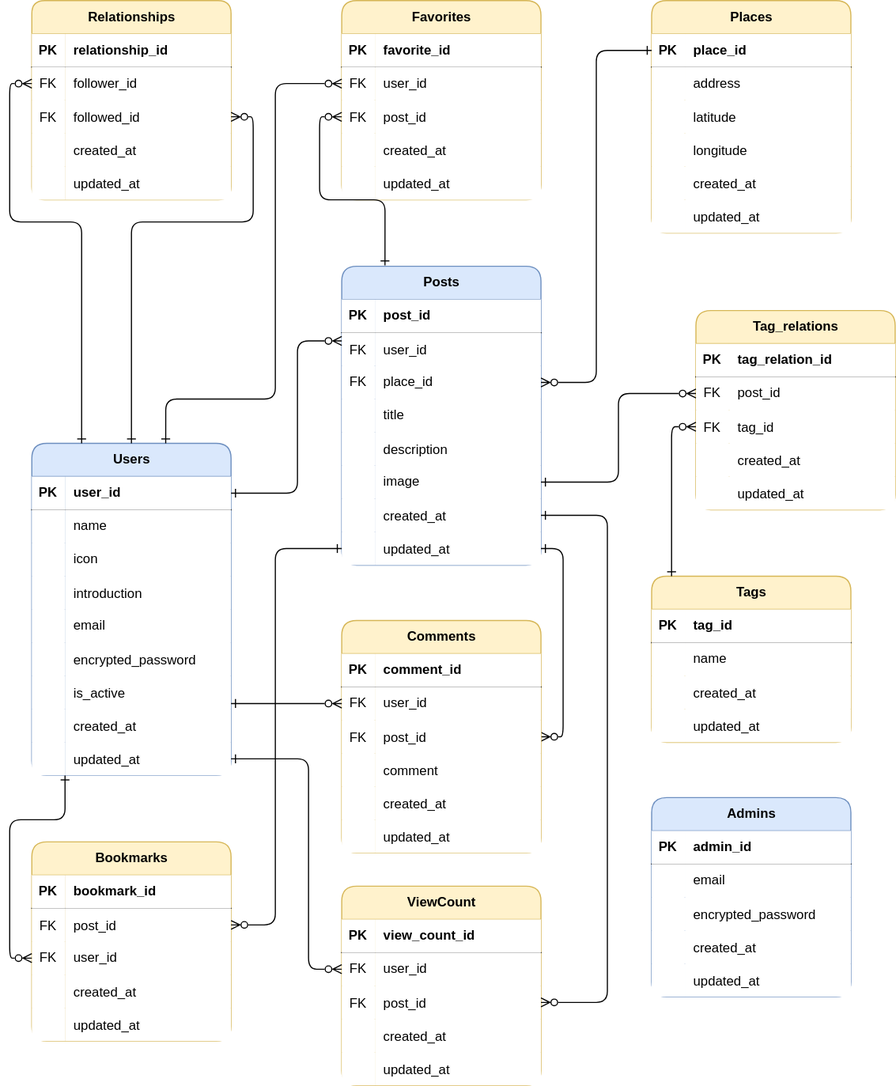
This is ER.drawio.svg from takaTWC/discoverplaces, a draw.io export, as it was before one commit. Source tidied: cells renumbered, new cells last; positions are measured from the earlier drawing's top-left corner, leaving out a move shared by most shapes.
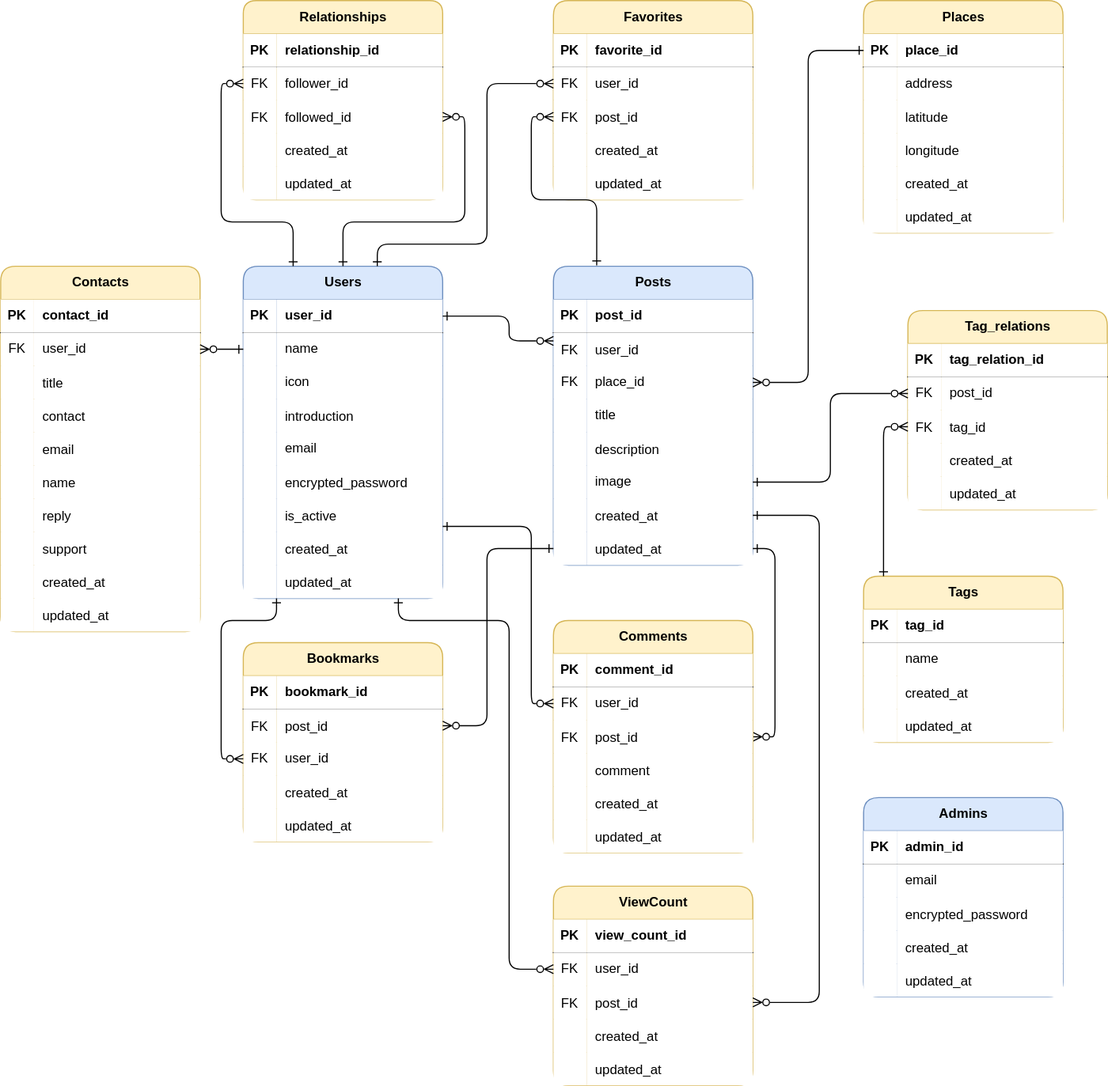
The same file after the commit.

Diff of the diagram source:
```diff
@@ -3,7 +3,7 @@
     <mxCell id="0" />
     <mxCell id="1" parent="0" />
     <mxCell id="2" value="Users" style="shape=table;startSize=30;rowLines=0;fontStyle=1;align=center;html=1;fillColor=#dae8fc;rounded=1;shadow=0;strokeColor=#6c8ebf;" parent="1" vertex="1">
-      <mxGeometry x="20" y="400" width="180" height="300" as="geometry" />
+      <mxGeometry x="20" y="240" width="180" height="300" as="geometry" />
     </mxCell>
     <mxCell id="3" style="shape=tableRow;horizontal=0;startSize=0;swimlaneHead=0;swimlaneBody=0;fillColor=none;points=[[0,0.5],[1,0.5]];portConstraint=eastwest;top=0;left=0;right=0;bottom=1;" parent="2" vertex="1">
       <mxGeometry y="30" width="180" height="30" as="geometry" />
@@ -354,7 +354,7 @@
       <mxGeometry x="30" width="150" height="30" as="geometry" />
     </mxCell>
     <mxCell id="119" value="Bookmarks" style="shape=table;startSize=30;rowLines=0;fontStyle=1;align=center;html=1;fillColor=#fff2cc;rounded=1;shadow=0;strokeColor=#d6b656;" parent="1" vertex="1">
-      <mxGeometry x="20" y="760" width="180" height="180" as="geometry" />
+      <mxGeometry x="20" y="580" width="180" height="180" as="geometry" />
     </mxCell>
     <mxCell id="120" style="shape=tableRow;horizontal=0;startSize=0;swimlaneHead=0;swimlaneBody=0;fillColor=none;top=0;left=0;right=0;bottom=1;" parent="119" vertex="1">
       <mxGeometry y="30" width="180" height="30" as="geometry" />
@@ -512,7 +512,7 @@
     <mxCell id="171" style="edgeStyle=orthogonalEdgeStyle;jettySize=auto;html=1;exitX=1;exitY=0.5;exitDx=0;exitDy=0;entryX=0;entryY=0.25;entryDx=0;entryDy=0;startArrow=ERone;startFill=0;endArrow=ERzeroToMany;endFill=0;rounded=1;" parent="1" edge="1" source="3" target="30">
       <mxGeometry relative="1" as="geometry">
         <Array as="points">
-          <mxPoint x="260" y="445" />
+          <mxPoint x="260" y="285" />
           <mxPoint x="260" y="308" />
         </Array>
       </mxGeometry>
@@ -533,8 +533,8 @@
       <mxGeometry relative="1" as="geometry">
         <Array as="points">
           <mxPoint x="240" y="75" />
-          <mxPoint x="240" y="360" />
-          <mxPoint x="141" y="360" />
+          <mxPoint x="240" y="220" />
+          <mxPoint x="141" y="220" />
         </Array>
       </mxGeometry>
     </mxCell>
@@ -544,22 +544,21 @@
     <mxCell id="176" style="edgeStyle=orthogonalEdgeStyle;rounded=1;jettySize=auto;html=1;exitX=0;exitY=0.5;exitDx=0;exitDy=0;entryX=0.1;entryY=0;entryDx=0;entryDy=0;entryPerimeter=0;endArrow=ERone;endFill=0;startArrow=ERzeroToMany;startFill=0;" parent="1" edge="1" source="94" target="74">
       <mxGeometry relative="1" as="geometry" />
     </mxCell>
-    <mxCell id="177" style="edgeStyle=orthogonalEdgeStyle;rounded=1;jettySize=auto;html=1;exitX=1;exitY=0.5;exitDx=0;exitDy=0;entryX=0;entryY=0.5;entryDx=0;entryDy=0;endArrow=ERone;endFill=0;startArrow=ERzeroToMany;startFill=0;" parent="1" edge="1" target="52">
+    <mxCell id="177" style="edgeStyle=orthogonalEdgeStyle;rounded=1;jettySize=auto;html=1;entryX=0;entryY=0.5;entryDx=0;entryDy=0;endArrow=ERone;endFill=0;startArrow=ERzeroToMany;startFill=0;exitX=1;exitY=0.5;exitDx=0;exitDy=0;" parent="1" edge="1" source="123" target="52">
       <mxGeometry relative="1" as="geometry">
-        <mxPoint x="200" y="835" as="sourcePoint" />
         <Array as="points">
-          <mxPoint x="240" y="835" />
+          <mxPoint x="240" y="655" />
           <mxPoint x="240" y="495" />
         </Array>
       </mxGeometry>
     </mxCell>
-    <mxCell id="178" style="edgeStyle=orthogonalEdgeStyle;rounded=1;jettySize=auto;html=1;exitX=0;exitY=0.5;exitDx=0;exitDy=0;endArrow=ERone;endFill=0;startArrow=ERzeroToMany;startFill=0;" parent="1" edge="1" target="27">
+    <mxCell id="178" style="edgeStyle=orthogonalEdgeStyle;rounded=1;jettySize=auto;html=1;exitX=0;exitY=0.5;exitDx=0;exitDy=0;endArrow=ERone;endFill=0;startArrow=ERzeroToMany;startFill=0;" parent="1" edge="1" source="126">
       <mxGeometry relative="1" as="geometry">
-        <mxPoint x="20" y="865" as="sourcePoint" />
+        <mxPoint x="50" y="540" as="targetPoint" />
         <Array as="points">
-          <mxPoint y="865" />
-          <mxPoint y="740" />
-          <mxPoint x="50" y="740" />
+          <mxPoint y="685" />
+          <mxPoint y="560" />
+          <mxPoint x="50" y="560" />
         </Array>
       </mxGeometry>
     </mxCell>
@@ -624,7 +623,12 @@
       </mxGeometry>
     </mxCell>
     <mxCell id="197" style="edgeStyle=orthogonalEdgeStyle;rounded=1;jettySize=auto;html=1;exitX=0;exitY=0.5;exitDx=0;exitDy=0;entryX=1;entryY=0.833;entryDx=0;entryDy=0;entryPerimeter=0;endArrow=ERone;endFill=0;startArrow=ERzeroToMany;startFill=0;" parent="1" edge="1" source="140" target="21">
-      <mxGeometry relative="1" as="geometry" />
+      <mxGeometry relative="1" as="geometry">
+        <Array as="points">
+          <mxPoint x="280" y="635" />
+          <mxPoint x="280" y="475" />
+        </Array>
+      </mxGeometry>
     </mxCell>
     <mxCell id="198" value="ViewCount" style="shape=table;startSize=30;rowLines=0;fontStyle=1;align=center;html=1;fillColor=#fff2cc;rounded=1;shadow=0;strokeColor=#d6b656;" parent="1" vertex="1">
       <mxGeometry x="300" y="800" width="180" height="180" as="geometry" />
@@ -674,11 +678,13 @@
     <mxCell id="213" value="updated_at" style="shape=partialRectangle;fillColor=default;top=0;left=0;bottom=0;right=0;align=left;spacingLeft=6;overflow=hidden;" parent="211" vertex="1">
       <mxGeometry x="30" width="150" height="30" as="geometry" />
     </mxCell>
-    <mxCell id="214" style="edgeStyle=orthogonalEdgeStyle;rounded=1;jettySize=auto;html=1;entryX=1;entryY=0.5;entryDx=0;entryDy=0;endArrow=ERone;endFill=0;startArrow=ERzeroToMany;startFill=0;" parent="1" edge="1" source="202" target="27">
+    <mxCell id="214" style="edgeStyle=orthogonalEdgeStyle;rounded=1;jettySize=auto;html=1;endArrow=ERone;endFill=0;startArrow=ERzeroToMany;startFill=0;" parent="1" edge="1" source="202">
       <mxGeometry relative="1" as="geometry">
+        <mxPoint x="160" y="540" as="targetPoint" />
         <Array as="points">
-          <mxPoint x="270" y="875" />
-          <mxPoint x="270" y="685" />
+          <mxPoint x="260" y="875" />
+          <mxPoint x="260" y="560" />
+          <mxPoint x="160" y="560" />
         </Array>
       </mxGeometry>
     </mxCell>
@@ -690,5 +696,101 @@
         </Array>
       </mxGeometry>
     </mxCell>
+    <mxCell id="216" value="Contacts" style="shape=table;startSize=30;rowLines=0;fontStyle=1;align=center;html=1;fillColor=#fff2cc;rounded=1;shadow=0;strokeColor=#d6b656;" parent="1" vertex="1">
+      <mxGeometry x="-199" y="240" width="180" height="330" as="geometry" />
+    </mxCell>
+    <mxCell id="217" style="shape=tableRow;horizontal=0;startSize=0;swimlaneHead=0;swimlaneBody=0;fillColor=none;top=0;left=0;right=0;bottom=1;" parent="216" vertex="1">
+      <mxGeometry y="30" width="180" height="30" as="geometry" />
+    </mxCell>
+    <mxCell id="218" value="PK" style="shape=partialRectangle;fillColor=default;top=0;left=0;bottom=0;right=0;fontStyle=1;overflow=hidden;whiteSpace=wrap;html=1;" parent="217" vertex="1">
+      <mxGeometry width="30" height="30" as="geometry" />
+    </mxCell>
+    <mxCell id="219" value="contact_id" style="shape=partialRectangle;fillColor=default;top=0;left=0;bottom=0;right=0;align=left;spacingLeft=6;fontStyle=1;overflow=hidden;whiteSpace=wrap;html=1;" parent="217" vertex="1">
+      <mxGeometry x="30" width="150" height="30" as="geometry" />
+    </mxCell>
+    <mxCell id="220" style="shape=tableRow;horizontal=0;startSize=0;swimlaneHead=0;swimlaneBody=0;fillColor=none;points=[[0,0.5],[1,0.5]];portConstraint=eastwest;top=0;left=0;right=0;bottom=0;" parent="216" vertex="1">
+      <mxGeometry y="60" width="180" height="30" as="geometry" />
+    </mxCell>
+    <mxCell id="221" value="FK" style="shape=partialRectangle;fillColor=default;top=0;left=0;bottom=0;right=0;overflow=hidden;whiteSpace=wrap;html=1;" parent="220" vertex="1">
+      <mxGeometry width="30" height="30" as="geometry" />
+    </mxCell>
+    <mxCell id="222" value="user_id" style="shape=partialRectangle;fillColor=default;top=0;left=0;bottom=0;right=0;align=left;spacingLeft=6;overflow=hidden;whiteSpace=wrap;html=1;" parent="220" vertex="1">
+      <mxGeometry x="30" width="150" height="30" as="geometry" />
+    </mxCell>
+    <mxCell id="223" style="shape=tableRow;horizontal=0;startSize=0;swimlaneHead=0;swimlaneBody=0;fillColor=none;top=0;left=0;right=0;bottom=0;" parent="216" vertex="1">
+      <mxGeometry y="90" width="180" height="30" as="geometry" />
+    </mxCell>
+    <mxCell id="224" style="shape=partialRectangle;fillColor=default;top=0;left=0;bottom=0;right=0;overflow=hidden;" parent="223" vertex="1">
+      <mxGeometry width="30" height="30" as="geometry" />
+    </mxCell>
+    <mxCell id="225" value="title" style="shape=partialRectangle;fillColor=default;top=0;left=0;bottom=0;right=0;align=left;spacingLeft=6;overflow=hidden;" parent="223" vertex="1">
+      <mxGeometry x="30" width="150" height="30" as="geometry" />
+    </mxCell>
+    <mxCell id="226" style="shape=tableRow;horizontal=0;startSize=0;swimlaneHead=0;swimlaneBody=0;fillColor=none;top=0;left=0;right=0;bottom=0;" parent="216" vertex="1">
+      <mxGeometry y="120" width="180" height="30" as="geometry" />
+    </mxCell>
+    <mxCell id="227" style="shape=partialRectangle;fillColor=default;top=0;left=0;bottom=0;right=0;overflow=hidden;" parent="226" vertex="1">
+      <mxGeometry width="30" height="30" as="geometry" />
+    </mxCell>
+    <mxCell id="228" value="contact" style="shape=partialRectangle;fillColor=default;top=0;left=0;bottom=0;right=0;align=left;spacingLeft=6;overflow=hidden;" parent="226" vertex="1">
+      <mxGeometry x="30" width="150" height="30" as="geometry" />
+    </mxCell>
+    <mxCell id="229" style="shape=tableRow;horizontal=0;startSize=0;swimlaneHead=0;swimlaneBody=0;fillColor=none;top=0;left=0;right=0;bottom=0;" parent="216" vertex="1">
+      <mxGeometry y="150" width="180" height="30" as="geometry" />
+    </mxCell>
+    <mxCell id="230" style="shape=partialRectangle;fillColor=default;top=0;left=0;bottom=0;right=0;overflow=hidden;" parent="229" vertex="1">
+      <mxGeometry width="30" height="30" as="geometry" />
+    </mxCell>
+    <mxCell id="231" value="email" style="shape=partialRectangle;fillColor=default;top=0;left=0;bottom=0;right=0;align=left;spacingLeft=6;overflow=hidden;" parent="229" vertex="1">
+      <mxGeometry x="30" width="150" height="30" as="geometry" />
+    </mxCell>
+    <mxCell id="232" style="shape=tableRow;horizontal=0;startSize=0;swimlaneHead=0;swimlaneBody=0;fillColor=none;top=0;left=0;right=0;bottom=0;" parent="216" vertex="1">
+      <mxGeometry y="180" width="180" height="30" as="geometry" />
+    </mxCell>
+    <mxCell id="233" style="shape=partialRectangle;fillColor=default;top=0;left=0;bottom=0;right=0;overflow=hidden;" parent="232" vertex="1">
+      <mxGeometry width="30" height="30" as="geometry" />
+    </mxCell>
+    <mxCell id="234" value="name" style="shape=partialRectangle;fillColor=default;top=0;left=0;bottom=0;right=0;align=left;spacingLeft=6;overflow=hidden;" parent="232" vertex="1">
+      <mxGeometry x="30" width="150" height="30" as="geometry" />
+    </mxCell>
+    <mxCell id="235" style="shape=tableRow;horizontal=0;startSize=0;swimlaneHead=0;swimlaneBody=0;fillColor=none;top=0;left=0;right=0;bottom=0;" parent="216" vertex="1">
+      <mxGeometry y="210" width="180" height="30" as="geometry" />
+    </mxCell>
+    <mxCell id="236" style="shape=partialRectangle;fillColor=default;top=0;left=0;bottom=0;right=0;overflow=hidden;" parent="235" vertex="1">
+      <mxGeometry width="30" height="30" as="geometry" />
+    </mxCell>
+    <mxCell id="237" value="reply" style="shape=partialRectangle;fillColor=default;top=0;left=0;bottom=0;right=0;align=left;spacingLeft=6;overflow=hidden;" parent="235" vertex="1">
+      <mxGeometry x="30" width="150" height="30" as="geometry" />
+    </mxCell>
+    <mxCell id="238" style="shape=tableRow;horizontal=0;startSize=0;swimlaneHead=0;swimlaneBody=0;fillColor=none;top=0;left=0;right=0;bottom=0;" parent="216" vertex="1">
+      <mxGeometry y="240" width="180" height="30" as="geometry" />
+    </mxCell>
+    <mxCell id="239" style="shape=partialRectangle;fillColor=default;top=0;left=0;bottom=0;right=0;overflow=hidden;" parent="238" vertex="1">
+      <mxGeometry width="30" height="30" as="geometry" />
+    </mxCell>
+    <mxCell id="240" value="support" style="shape=partialRectangle;fillColor=default;top=0;left=0;bottom=0;right=0;align=left;spacingLeft=6;overflow=hidden;" parent="238" vertex="1">
+      <mxGeometry x="30" width="150" height="30" as="geometry" />
+    </mxCell>
+    <mxCell id="241" style="shape=tableRow;horizontal=0;startSize=0;swimlaneHead=0;swimlaneBody=0;fillColor=none;top=0;left=0;right=0;bottom=0;" parent="216" vertex="1">
+      <mxGeometry y="270" width="180" height="30" as="geometry" />
+    </mxCell>
+    <mxCell id="242" style="shape=partialRectangle;fillColor=default;top=0;left=0;bottom=0;right=0;overflow=hidden;" parent="241" vertex="1">
+      <mxGeometry width="30" height="30" as="geometry" />
+    </mxCell>
+    <mxCell id="243" value="created_at" style="shape=partialRectangle;fillColor=default;top=0;left=0;bottom=0;right=0;align=left;spacingLeft=6;overflow=hidden;" parent="241" vertex="1">
+      <mxGeometry x="30" width="150" height="30" as="geometry" />
+    </mxCell>
+    <mxCell id="244" style="shape=tableRow;horizontal=0;startSize=0;swimlaneHead=0;swimlaneBody=0;fillColor=none;top=0;left=0;right=0;bottom=0;" parent="216" vertex="1">
+      <mxGeometry y="300" width="180" height="30" as="geometry" />
+    </mxCell>
+    <mxCell id="245" style="shape=partialRectangle;fillColor=default;top=0;left=0;bottom=0;right=0;overflow=hidden;" parent="244" vertex="1">
+      <mxGeometry width="30" height="30" as="geometry" />
+    </mxCell>
+    <mxCell id="246" value="updated_at" style="shape=partialRectangle;fillColor=default;top=0;left=0;bottom=0;right=0;align=left;spacingLeft=6;overflow=hidden;" parent="244" vertex="1">
+      <mxGeometry x="30" width="150" height="30" as="geometry" />
+    </mxCell>
+    <mxCell id="247" style="edgeStyle=orthogonalEdgeStyle;rounded=1;jettySize=auto;html=1;exitX=1;exitY=0.5;exitDx=0;exitDy=0;entryX=0;entryY=0.5;entryDx=0;entryDy=0;endArrow=ERone;endFill=0;startArrow=ERzeroToMany;startFill=0;" parent="1" edge="1" source="220" target="6">
+      <mxGeometry relative="1" as="geometry" />
+    </mxCell>
   </root>
 </mxGraphModel>
```
